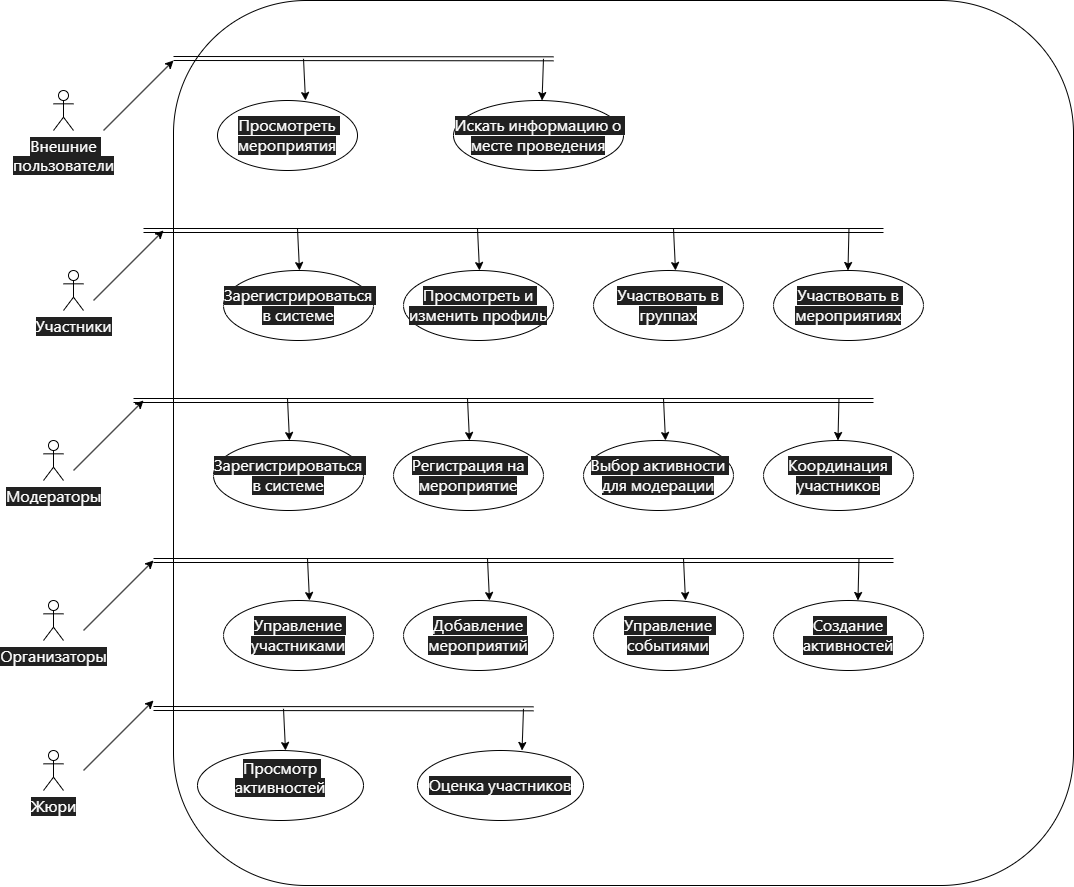
Before: День 2 - Data Dictionary, диаграмма прецедентов/ДиаграммаПрецендентов.drawio.png, a diagram exported from draw.io (1vanGromov/-). Source tidied: cells renumbered, new cells last; positions are measured from the earlier drawing's top-left corner, leaving out a move shared by most shapes.
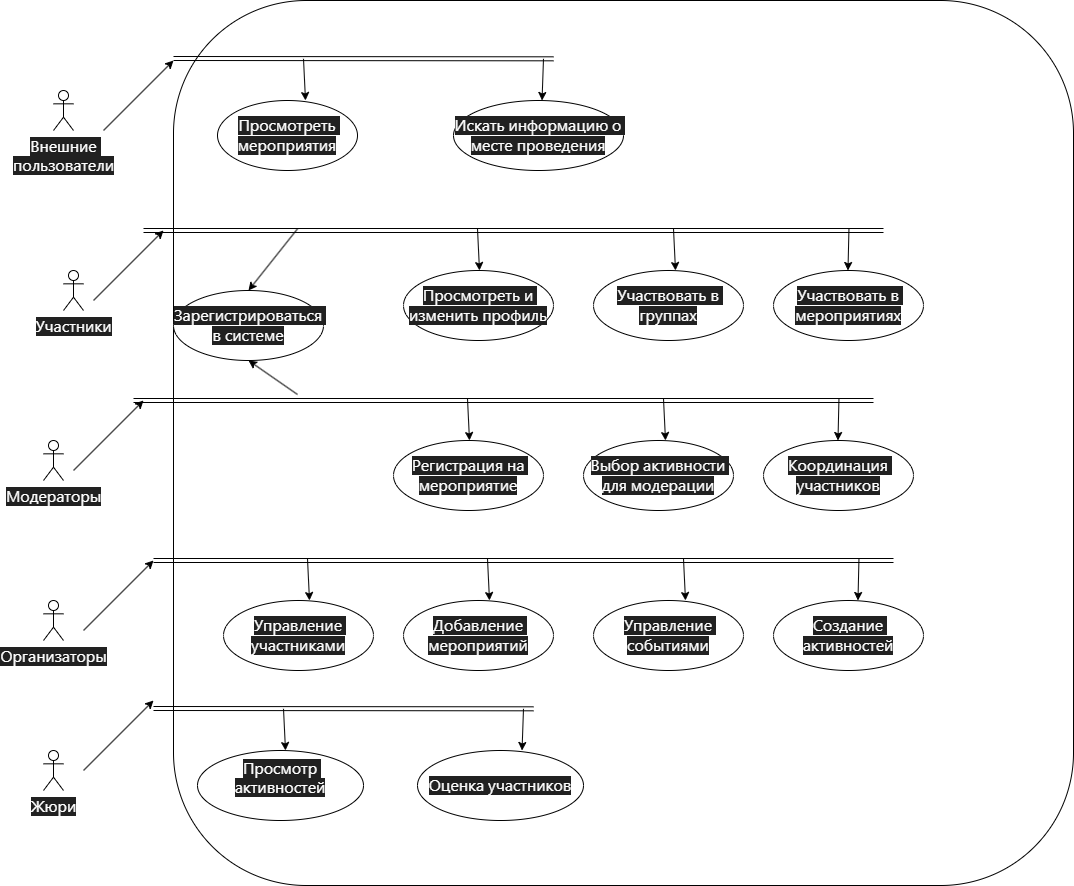
Above is the later version.

Diff of the diagram source:
```diff
@@ -27,7 +27,7 @@
       <mxGeometry x="410" y="100" width="170" height="70" as="geometry" />
     </mxCell>
     <mxCell id="10" value="&lt;span style=&quot;color: rgb(255, 255, 255); font-family: Roboto, -apple-system, BlinkMacSystemFont, &amp;quot;Apple Color Emoji&amp;quot;, &amp;quot;Segoe UI&amp;quot;, Oxygen, Ubuntu, Cantarell, &amp;quot;Fira Sans&amp;quot;, &amp;quot;Droid Sans&amp;quot;, &amp;quot;Helvetica Neue&amp;quot;, sans-serif; font-size: 16px; text-align: start; white-space-collapse: preserve; background-color: rgb(33, 33, 33);&quot;&gt;Зарегистрироваться в системе&lt;/span&gt;" style="ellipse;whiteSpace=wrap;html=1;" parent="1" vertex="1">
-      <mxGeometry x="180" y="270" width="150" height="70" as="geometry" />
+      <mxGeometry x="130" y="290" width="150" height="70" as="geometry" />
     </mxCell>
     <mxCell id="11" value="&lt;span style=&quot;color: rgb(255, 255, 255); font-family: Roboto, -apple-system, BlinkMacSystemFont, &amp;quot;Apple Color Emoji&amp;quot;, &amp;quot;Segoe UI&amp;quot;, Oxygen, Ubuntu, Cantarell, &amp;quot;Fira Sans&amp;quot;, &amp;quot;Droid Sans&amp;quot;, &amp;quot;Helvetica Neue&amp;quot;, sans-serif; font-size: 16px; text-align: start; white-space-collapse: preserve; background-color: rgb(33, 33, 33);&quot;&gt;Просмотреть и изменить профиль&lt;/span&gt;" style="ellipse;whiteSpace=wrap;html=1;" parent="1" vertex="1">
       <mxGeometry x="360" y="270" width="150" height="70" as="geometry" />
@@ -38,9 +38,6 @@
     <mxCell id="13" value="&lt;span style=&quot;color: rgb(255, 255, 255); font-family: Roboto, -apple-system, BlinkMacSystemFont, &amp;quot;Apple Color Emoji&amp;quot;, &amp;quot;Segoe UI&amp;quot;, Oxygen, Ubuntu, Cantarell, &amp;quot;Fira Sans&amp;quot;, &amp;quot;Droid Sans&amp;quot;, &amp;quot;Helvetica Neue&amp;quot;, sans-serif; font-size: 16px; text-align: start; white-space-collapse: preserve; background-color: rgb(33, 33, 33);&quot;&gt;Участвовать в мероприятиях&lt;/span&gt;" style="ellipse;whiteSpace=wrap;html=1;" parent="1" vertex="1">
       <mxGeometry x="730" y="270" width="150" height="70" as="geometry" />
     </mxCell>
-    <mxCell id="14" value="&lt;span style=&quot;color: rgb(255, 255, 255); font-family: Roboto, -apple-system, BlinkMacSystemFont, &amp;quot;Apple Color Emoji&amp;quot;, &amp;quot;Segoe UI&amp;quot;, Oxygen, Ubuntu, Cantarell, &amp;quot;Fira Sans&amp;quot;, &amp;quot;Droid Sans&amp;quot;, &amp;quot;Helvetica Neue&amp;quot;, sans-serif; font-size: 16px; text-align: start; white-space-collapse: preserve; background-color: rgb(33, 33, 33);&quot;&gt;Зарегистрироваться в системе&lt;/span&gt;" style="ellipse;whiteSpace=wrap;html=1;" parent="1" vertex="1">
-      <mxGeometry x="170" y="440" width="150" height="70" as="geometry" />
-    </mxCell>
     <mxCell id="15" value="&lt;span style=&quot;color: rgb(255, 255, 255); font-family: Roboto, -apple-system, BlinkMacSystemFont, &amp;quot;Apple Color Emoji&amp;quot;, &amp;quot;Segoe UI&amp;quot;, Oxygen, Ubuntu, Cantarell, &amp;quot;Fira Sans&amp;quot;, &amp;quot;Droid Sans&amp;quot;, &amp;quot;Helvetica Neue&amp;quot;, sans-serif; font-size: 16px; text-align: start; white-space-collapse: preserve; background-color: rgb(33, 33, 33);&quot;&gt;Регистрация на мероприятие&lt;/span&gt;" style="ellipse;whiteSpace=wrap;html=1;" parent="1" vertex="1">
       <mxGeometry x="350" y="440" width="150" height="70" as="geometry" />
     </mxCell>
@@ -110,10 +107,9 @@
         <mxPoint x="436" y="270" as="targetPoint" />
       </mxGeometry>
     </mxCell>
-    <mxCell id="31" style="endArrow=classic;html=1;rounded=0;entryX=0.5;entryY=0.024;entryDx=0;entryDy=0;entryPerimeter=0;" parent="1" edge="1">
+    <mxCell id="31" style="endArrow=classic;html=1;rounded=0;entryX=0.5;entryY=0;entryDx=0;entryDy=0;" parent="1" edge="1" target="10">
       <mxGeometry relative="1" as="geometry">
         <mxPoint x="254" y="228.3" as="sourcePoint" />
-        <mxPoint x="256" y="270" as="targetPoint" />
       </mxGeometry>
     </mxCell>
     <mxCell id="32" style="endArrow=classic;html=1;rounded=0;shape=link;" parent="1" edge="1">
@@ -140,10 +136,9 @@
         <mxPoint x="426" y="440" as="targetPoint" />
       </mxGeometry>
     </mxCell>
-    <mxCell id="36" style="endArrow=classic;html=1;rounded=0;entryX=0.5;entryY=0.024;entryDx=0;entryDy=0;entryPerimeter=0;" parent="1" edge="1">
+    <mxCell id="36" style="endArrow=classic;html=1;rounded=0;entryX=0.5;entryY=1;entryDx=0;entryDy=0;" parent="1" edge="1" target="10">
       <mxGeometry relative="1" as="geometry">
-        <mxPoint x="244" y="398.3" as="sourcePoint" />
-        <mxPoint x="246" y="440" as="targetPoint" />
+        <mxPoint x="254" y="394" as="sourcePoint" />
       </mxGeometry>
     </mxCell>
     <mxCell id="37" style="endArrow=classic;html=1;rounded=0;shape=link;" parent="1" edge="1">
```
